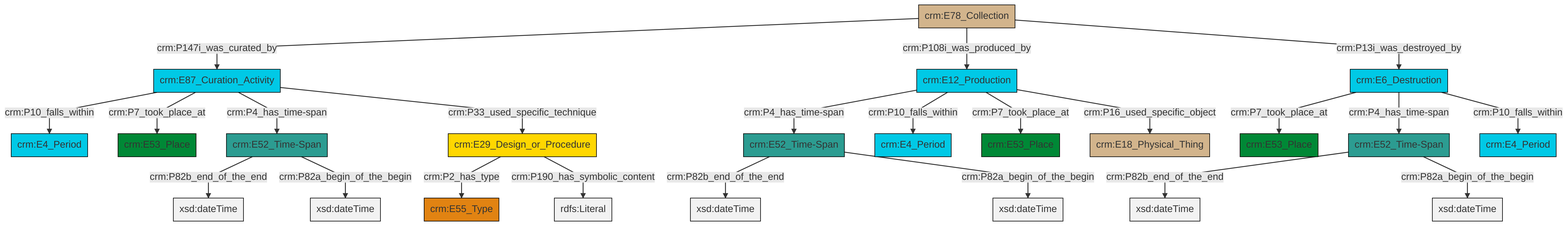
Earlier version of the Mermaid export et/archivalCSV/ttl/mmd/png/archival_existence.png (swiss-art-research-net/docs.swissartresearch). Its source is kept beside it as et/archivalCSV/ttl/mmd/archival_existence.ttl.mmd.
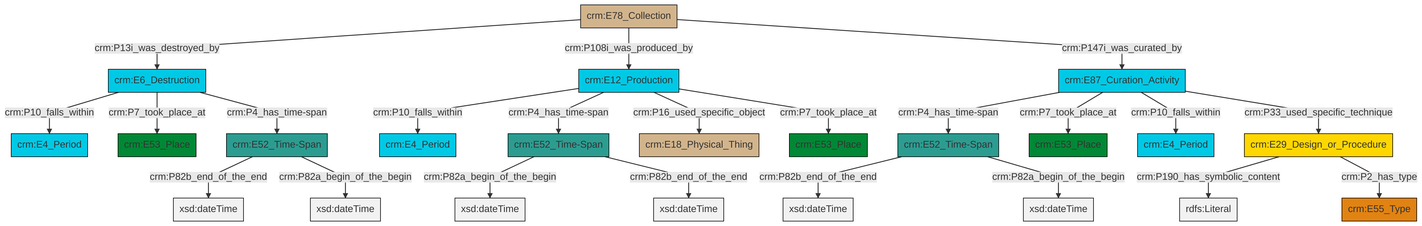
After the change.

What changed in the source:
```diff
@@ -13,25 +13,25 @@
 classDef PC_Classes fill:#4ce600, stroke:#000000;
 classDef Multi fill:#cccccc,stroke:#000000;
 
-0["crm:E12_Production"]:::Temporal_Entity -->|crm:P4_has_time-span| 1["crm:E52_Time-Span"]:::Time-Span
-1["crm:E52_Time-Span"]:::Time-Span -->|crm:P82b_end_of_the_end| 2[xsd:dateTime]:::Literal
-5["crm:E52_Time-Span"]:::Time-Span -->|crm:P82b_end_of_the_end| 6[xsd:dateTime]:::Literal
-7["crm:E52_Time-Span"]:::Time-Span -->|crm:P82b_end_of_the_end| 8[xsd:dateTime]:::Literal
-11["crm:E29_Design_or_Procedure"]:::Conceptual_Object -->|crm:P2_has_type| 12["crm:E55_Type"]:::Type
-13["crm:E87_Curation_Activity"]:::Temporal_Entity -->|crm:P10_falls_within| 14["crm:E4_Period"]:::Temporal_Entity
-15["crm:E6_Destruction"]:::Temporal_Entity -->|crm:P7_took_place_at| 16["crm:E53_Place"]:::Place
-17["crm:E78_Collection"]:::Physical_Thing -->|crm:P147i_was_curated_by| 13["crm:E87_Curation_Activity"]:::Temporal_Entity
-0["crm:E12_Production"]:::Temporal_Entity -->|crm:P10_falls_within| 18["crm:E4_Period"]:::Temporal_Entity
-0["crm:E12_Production"]:::Temporal_Entity -->|crm:P7_took_place_at| 20["crm:E53_Place"]:::Place
-11["crm:E29_Design_or_Procedure"]:::Conceptual_Object -->|crm:P190_has_symbolic_content| 23[rdfs:Literal]:::Literal
-15["crm:E6_Destruction"]:::Temporal_Entity -->|crm:P4_has_time-span| 7["crm:E52_Time-Span"]:::Time-Span
-13["crm:E87_Curation_Activity"]:::Temporal_Entity -->|crm:P7_took_place_at| 9["crm:E53_Place"]:::Place
-17["crm:E78_Collection"]:::Physical_Thing -->|crm:P108i_was_produced_by| 0["crm:E12_Production"]:::Temporal_Entity
-7["crm:E52_Time-Span"]:::Time-Span -->|crm:P82a_begin_of_the_begin| 29[xsd:dateTime]:::Literal
-0["crm:E12_Production"]:::Temporal_Entity -->|crm:P16_used_specific_object| 3["crm:E18_Physical_Thing"]:::Physical_Thing
-5["crm:E52_Time-Span"]:::Time-Span -->|crm:P82a_begin_of_the_begin| 30[xsd:dateTime]:::Literal
-15["crm:E6_Destruction"]:::Temporal_Entity -->|crm:P10_falls_within| 31["crm:E4_Period"]:::Temporal_Entity
-13["crm:E87_Curation_Activity"]:::Temporal_Entity -->|crm:P4_has_time-span| 5["crm:E52_Time-Span"]:::Time-Span
-1["crm:E52_Time-Span"]:::Time-Span -->|crm:P82a_begin_of_the_begin| 37[xsd:dateTime]:::Literal
-13["crm:E87_Curation_Activity"]:::Temporal_Entity -->|crm:P33_used_specific_technique| 11["crm:E29_Design_or_Procedure"]:::Conceptual_Object
-17["crm:E78_Collection"]:::Physical_Thing -->|crm:P13i_was_destroyed_by| 15["crm:E6_Destruction"]:::Temporal_Entity
+2["crm:E52_Time-Span"]:::Time-Span -->|crm:P82b_end_of_the_end| 3[xsd:dateTime]:::Literal
+2["crm:E52_Time-Span"]:::Time-Span -->|crm:P82a_begin_of_the_begin| 8[xsd:dateTime]:::Literal
+11["crm:E87_Curation_Activity"]:::Temporal_Entity -->|crm:P4_has_time-span| 2["crm:E52_Time-Span"]:::Time-Span
+12["crm:E29_Design_or_Procedure"]:::Conceptual_Object -->|crm:P190_has_symbolic_content| 13[rdfs:Literal]:::Literal
+11["crm:E87_Curation_Activity"]:::Temporal_Entity -->|crm:P7_took_place_at| 14["crm:E53_Place"]:::Place
+15["crm:E12_Production"]:::Temporal_Entity -->|crm:P10_falls_within| 16["crm:E4_Period"]:::Temporal_Entity
+17["crm:E78_Collection"]:::Physical_Thing -->|crm:P13i_was_destroyed_by| 0["crm:E6_Destruction"]:::Temporal_Entity
+15["crm:E12_Production"]:::Temporal_Entity -->|crm:P4_has_time-span| 19["crm:E52_Time-Span"]:::Time-Span
+17["crm:E78_Collection"]:::Physical_Thing -->|crm:P108i_was_produced_by| 15["crm:E12_Production"]:::Temporal_Entity
+15["crm:E12_Production"]:::Temporal_Entity -->|crm:P16_used_specific_object| 21["crm:E18_Physical_Thing"]:::Physical_Thing
+0["crm:E6_Destruction"]:::Temporal_Entity -->|crm:P10_falls_within| 24["crm:E4_Period"]:::Temporal_Entity
+17["crm:E78_Collection"]:::Physical_Thing -->|crm:P147i_was_curated_by| 11["crm:E87_Curation_Activity"]:::Temporal_Entity
+11["crm:E87_Curation_Activity"]:::Temporal_Entity -->|crm:P10_falls_within| 6["crm:E4_Period"]:::Temporal_Entity
+19["crm:E52_Time-Span"]:::Time-Span -->|crm:P82a_begin_of_the_begin| 30[xsd:dateTime]:::Literal
+12["crm:E29_Design_or_Procedure"]:::Conceptual_Object -->|crm:P2_has_type| 31["crm:E55_Type"]:::Type
+19["crm:E52_Time-Span"]:::Time-Span -->|crm:P82b_end_of_the_end| 34[xsd:dateTime]:::Literal
+11["crm:E87_Curation_Activity"]:::Temporal_Entity -->|crm:P33_used_specific_technique| 12["crm:E29_Design_or_Procedure"]:::Conceptual_Object
+15["crm:E12_Production"]:::Temporal_Entity -->|crm:P7_took_place_at| 4["crm:E53_Place"]:::Place
+0["crm:E6_Destruction"]:::Temporal_Entity -->|crm:P7_took_place_at| 9["crm:E53_Place"]:::Place
+26["crm:E52_Time-Span"]:::Time-Span -->|crm:P82b_end_of_the_end| 37[xsd:dateTime]:::Literal
+0["crm:E6_Destruction"]:::Temporal_Entity -->|crm:P4_has_time-span| 26["crm:E52_Time-Span"]:::Time-Span
+26["crm:E52_Time-Span"]:::Time-Span -->|crm:P82a_begin_of_the_begin| 38[xsd:dateTime]:::Literal
```
